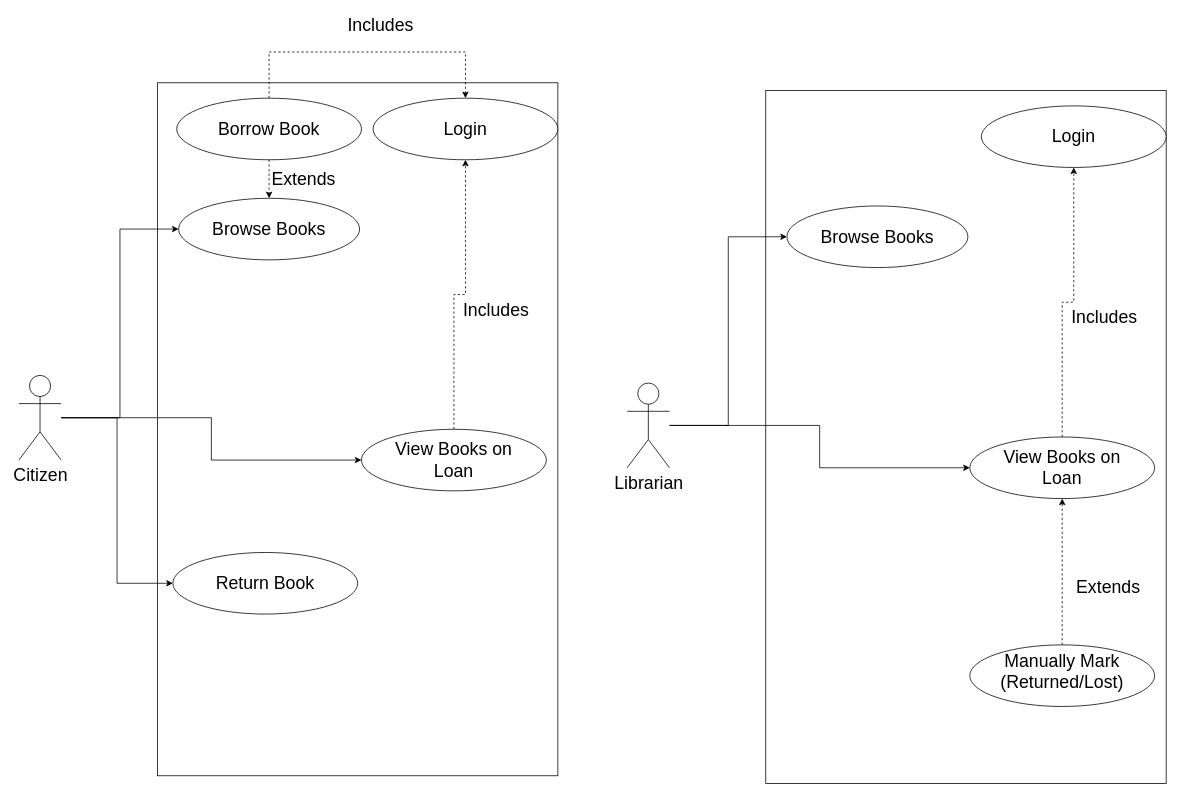
The draw.io diagram UseCase.drawio in Sam-Neale/libraryManager, before the edit. Source tidied: cells renumbered, new cells numbered last; positions are measured from the earlier drawing's top-left corner, leaving out a move shared by most shapes. Both pictures are drawn from the tidied source at 77%, with x=0, y=0 at pixel (18, 13).
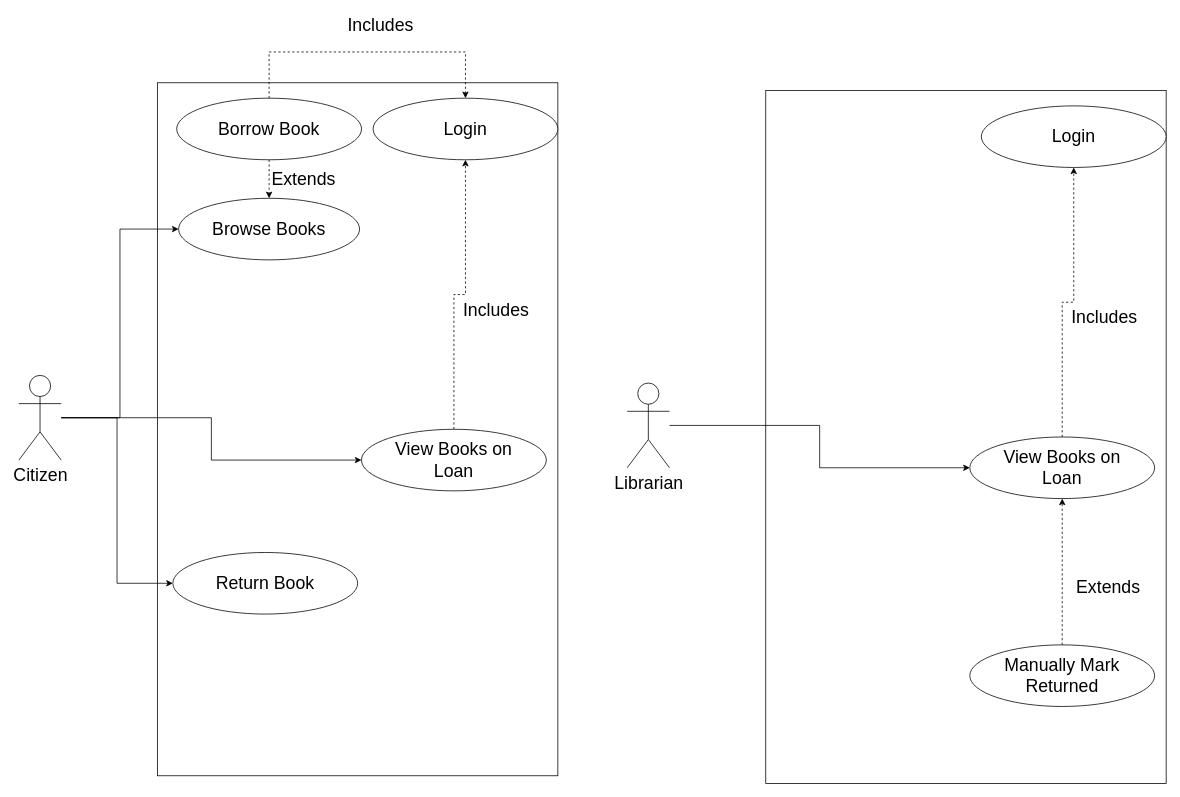
Above is the later version.

Unchanged cells that the change refers to:
```xml
<mxCell id="28" value="Librarian" style="shape=umlActor;verticalLabelPosition=bottom;verticalAlign=top;html=1;outlineConnect=0;fontSize=23;" parent="1" vertex="1">
  <mxGeometry x="790" y="480" width="55" height="110" as="geometry" />
</mxCell>
```

Change to the diagram source:
```diff
@@
-    <mxCell id="26" style="edgeStyle=orthogonalEdgeStyle;rounded=0;jettySize=auto;html=1;entryX=0;entryY=0.5;entryDx=0;entryDy=0;fontSize=23;" parent="1" edge="1" source="28" target="29">
-      <mxGeometry relative="1" as="geometry" />
-    </mxCell>
@@
-    <mxCell id="29" style="ellipse;whiteSpace=wrap;html=1;fontSize=23;" parent="1" vertex="1">
-      <mxGeometry x="997.5" y="250" width="235" height="80" as="geometry" />
-    </mxCell>
-    <mxCell id="30" value="Browse Books" style="text;html=1;strokeColor=none;fillColor=none;align=center;verticalAlign=middle;whiteSpace=wrap;rounded=0;fontSize=23;" parent="1" vertex="1">
-      <mxGeometry x="1025" y="275" width="180" height="30" as="geometry" />
-    </mxCell>
-    <mxCell id="31" value="Manually Mark (Returned/Lost)" style="text;html=1;strokeColor=none;fillColor=none;align=center;verticalAlign=middle;whiteSpace=wrap;rounded=0;fontSize=23;" parent="1" vertex="1">
-      <mxGeometry x="1265" y="840" width="180" height="30" as="geometry" />
+    <mxCell id="31" value="Manually Mark Returned" style="text;html=1;strokeColor=none;fillColor=none;align=center;verticalAlign=middle;whiteSpace=wrap;rounded=0;fontSize=23;" parent="1" vertex="1">
+      <mxGeometry x="1265" y="845" width="180" height="30" as="geometry" />
     </mxCell>
```
